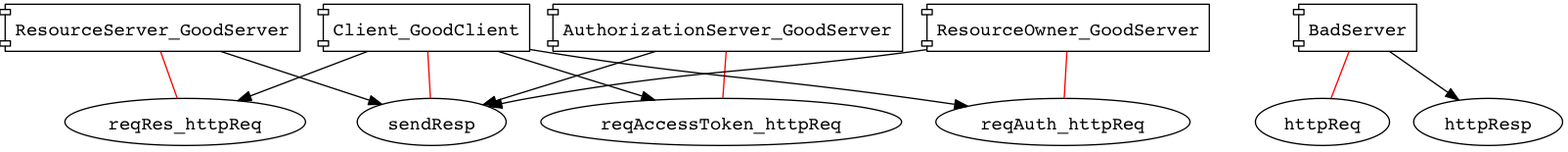
Earlier version of the Graphviz export out.png (eskang/sdsl). Its source is kept beside it as out.dot.
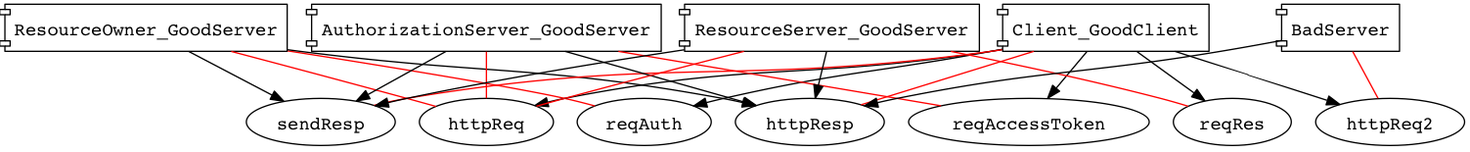
Later version of the same file.

What changed in the source:
```diff
@@ -8,27 +8,29 @@
 httpResp [shape=ellipse];
 BadServer -> httpResp;
 Client_GoodClient [shape=component];
-sendResp [shape=ellipse];
-Client_GoodClient -> sendResp [dir=none,color=red];
-reqAuth [shape=ellipse];
-Client_GoodClient -> reqAuth;
-reqRes [shape=ellipse];
-Client_GoodClient -> reqRes;
-reqAccessToken [shape=ellipse];
-Client_GoodClient -> reqAccessToken;
+sendResp_httpResp [shape=ellipse];
+Client_GoodClient -> sendResp_httpResp [dir=none,color=red];
+reqAuth_httpReq [shape=ellipse];
+Client_GoodClient -> reqAuth_httpReq;
+reqRes_httpReq [shape=ellipse];
+Client_GoodClient -> reqRes_httpReq;
+reqAccessToken_httpReq [shape=ellipse];
+Client_GoodClient -> reqAccessToken_httpReq;
+httpReq2 [shape=ellipse];
+Client_GoodClient -> httpReq2;
+ResourceServer_GoodServer [shape=component];
+reqRes_httpReq [shape=ellipse];
+ResourceServer_GoodServer -> reqRes_httpReq [dir=none,color=red];
+sendResp_httpResp [shape=ellipse];
+ResourceServer_GoodServer -> sendResp_httpResp;
+ResourceOwner_GoodServer [shape=component];
+reqAuth_httpReq [shape=ellipse];
+ResourceOwner_GoodServer -> reqAuth_httpReq [dir=none,color=red];
+sendResp_httpResp [shape=ellipse];
+ResourceOwner_GoodServer -> sendResp_httpResp;
 AuthorizationServer_GoodServer [shape=component];
-reqAccessToken [shape=ellipse];
-AuthorizationServer_GoodServer -> reqAccessToken [dir=none,color=red];
-sendResp [shape=ellipse];
-AuthorizationServer_GoodServer -> sendResp;
-ResourceOwner_GoodServer [shape=component];
-reqAuth [shape=ellipse];
-ResourceOwner_GoodServer -> reqAuth [dir=none,color=red];
-sendResp [shape=ellipse];
-ResourceOwner_GoodServer -> sendResp;
-ResourceServer_GoodServer [shape=component];
-reqRes [shape=ellipse];
-ResourceServer_GoodServer -> reqRes [dir=none,color=red];
-sendResp [shape=ellipse];
-ResourceServer_GoodServer -> sendResp;
+reqAccessToken_httpReq [shape=ellipse];
+AuthorizationServer_GoodServer -> reqAccessToken_httpReq [dir=none,color=red];
+sendResp_httpResp [shape=ellipse];
+AuthorizationServer_GoodServer -> sendResp_httpResp;
 }
```
